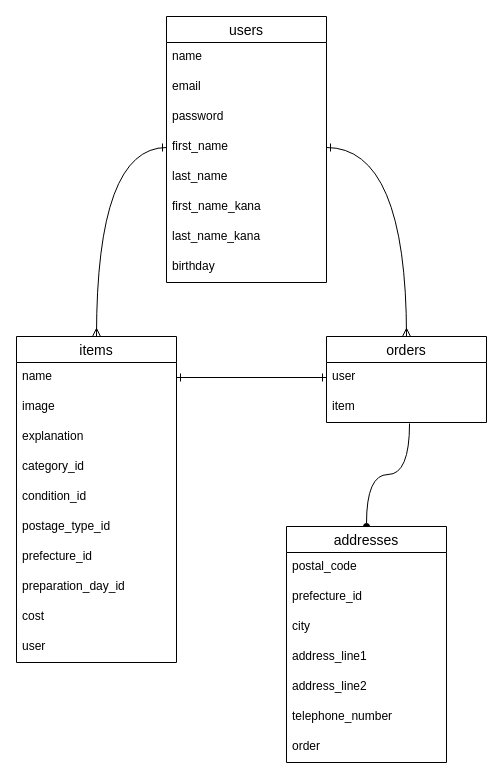
Above: furima.dio in tomoyasakamoto32/furima-33496 (draw.io), before the change. Source tidied: cells renumbered, new cells numbered last; positions are measured from the earlier drawing's top-left corner, leaving out a move shared by most shapes. Both pictures are drawn from the tidied source at 100%, with x=0, y=0 at pixel (16, 16).
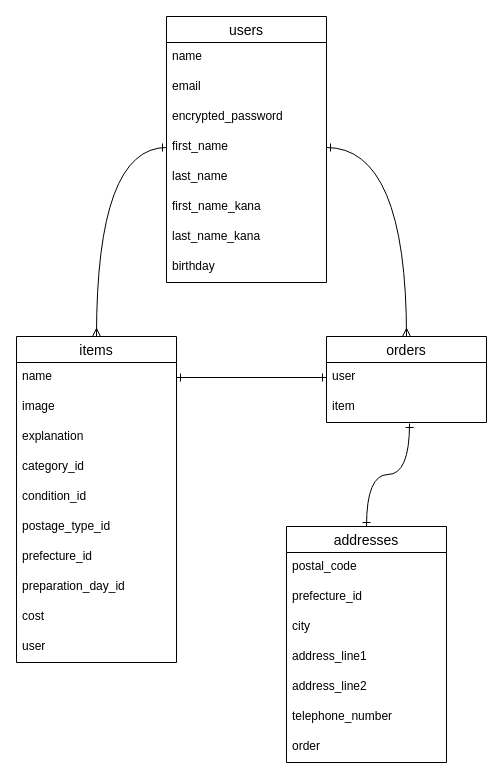
The same page after the edit.

Commit message (it also covers changes not shown here):
データベース設計修正2

Unchanged cells that the change refers to:
```xml
<mxCell id="15" value="item" style="text;strokeColor=none;fillColor=none;spacingLeft=4;spacingRight=4;overflow=hidden;points=[[0,0.5],[1,0.5]];portConstraint=eastwest;fontSize=12;" parent="13" vertex="1">
  <mxGeometry y="56" width="160" height="30" as="geometry" />
</mxCell>
<mxCell id="16" value="users" style="swimlane;fontStyle=0;horizontal=1;startSize=26;align=center;fontSize=14;" parent="1" vertex="1">
  <mxGeometry x="150" width="160" height="266" as="geometry" />
</mxCell>
<mxCell id="28" value="addresses" style="swimlane;fontStyle=0;horizontal=1;startSize=26;align=center;fontSize=14;" parent="1" vertex="1">
  <mxGeometry x="270" y="510" width="160" height="236" as="geometry" />
</mxCell>
```

Diff of the diagram source:
```diff
@@
-    <mxCell id="19" value="password" style="text;strokeColor=none;fillColor=none;spacingLeft=4;spacingRight=4;overflow=hidden;fontSize=12;" parent="16" vertex="1">
+    <mxCell id="19" value="encrypted_password" style="text;strokeColor=none;fillColor=none;spacingLeft=4;spacingRight=4;overflow=hidden;fontSize=12;" parent="16" vertex="1">
       <mxGeometry y="86" width="160" height="30" as="geometry" />
     </mxCell>
@@
-    <mxCell id="27" style="edgeStyle=orthogonalEdgeStyle;curved=1;jettySize=auto;html=1;exitX=0.5;exitY=0;exitDx=0;exitDy=0;entryX=0.519;entryY=1.033;entryDx=0;entryDy=0;entryPerimeter=0;startArrow=oval;startFill=1;endArrow=none;endFill=0;" parent="1" edge="1" source="28" target="15">
+    <mxCell id="27" style="edgeStyle=orthogonalEdgeStyle;curved=1;jettySize=auto;html=1;exitX=0.5;exitY=0;exitDx=0;exitDy=0;entryX=0.519;entryY=1.033;entryDx=0;entryDy=0;entryPerimeter=0;startArrow=ERone;startFill=0;endArrow=ERone;endFill=0;" parent="1" edge="1" source="28" target="15">
       <mxGeometry relative="1" as="geometry" />
     </mxCell>
```
